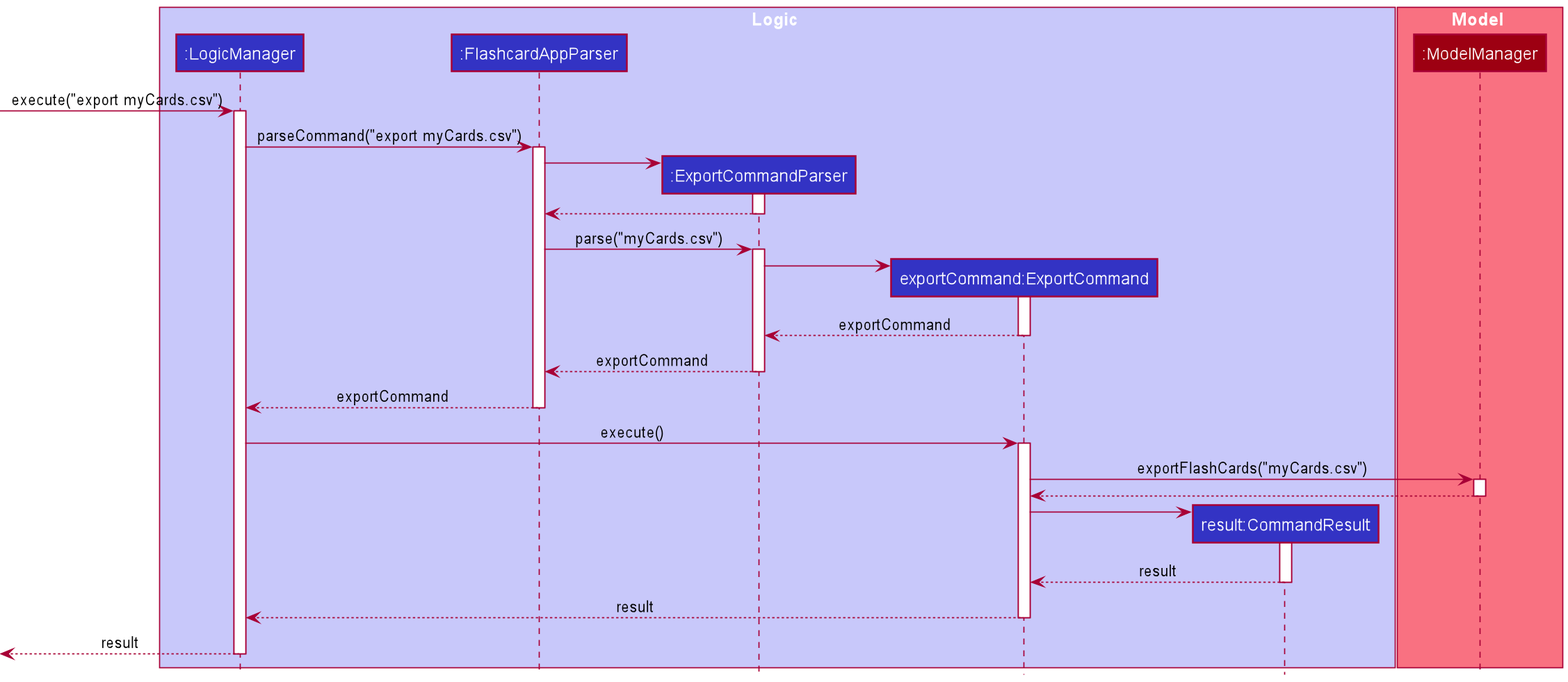
sharmainec/tp keeps this PlantUML diagram as docs/images/ExportSequenceDiagram.png. Above is the earlier version.
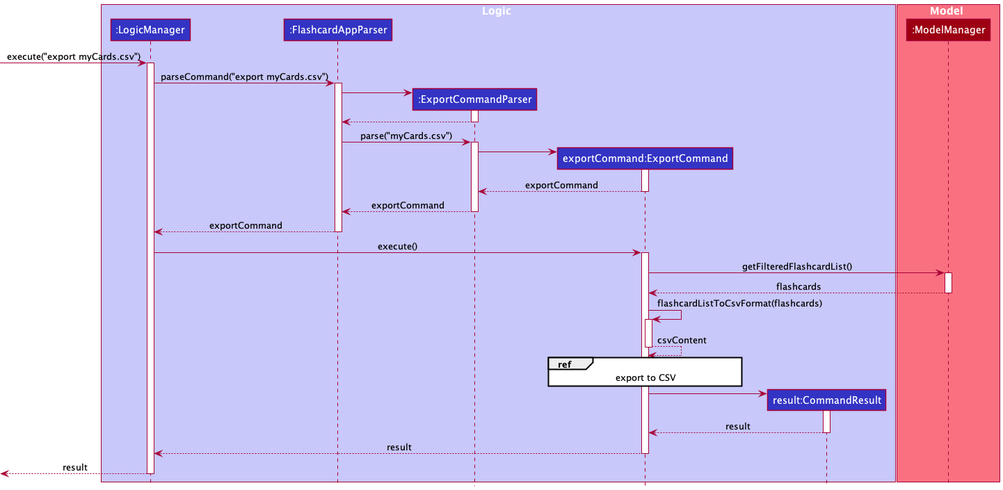
The same file after the commit.

Commit message:
Update import export command feature implementation details and UML diagrams

Diff of the diagram source:
```diff
@@ -45,11 +45,20 @@
 LogicManager -> ExportCommand : execute()
 activate ExportCommand
 
-ExportCommand -> Model : exportFlashCards("myCards.csv")
+ExportCommand -> Model : getFilteredFlashcardList()
 activate Model
 
-Model --> ExportCommand
+Model --> ExportCommand: flashcards
 deactivate Model
+
+ExportCommand -> ExportCommand: flashcardListToCsvFormat(flashcards)
+activate ExportCommand
+ExportCommand --> ExportCommand: csvContent
+deactivate ExportCommand
+
+ref over ExportCommand
+    export to CSV
+end
 
 create CommandResult
 ExportCommand -> CommandResult
```
